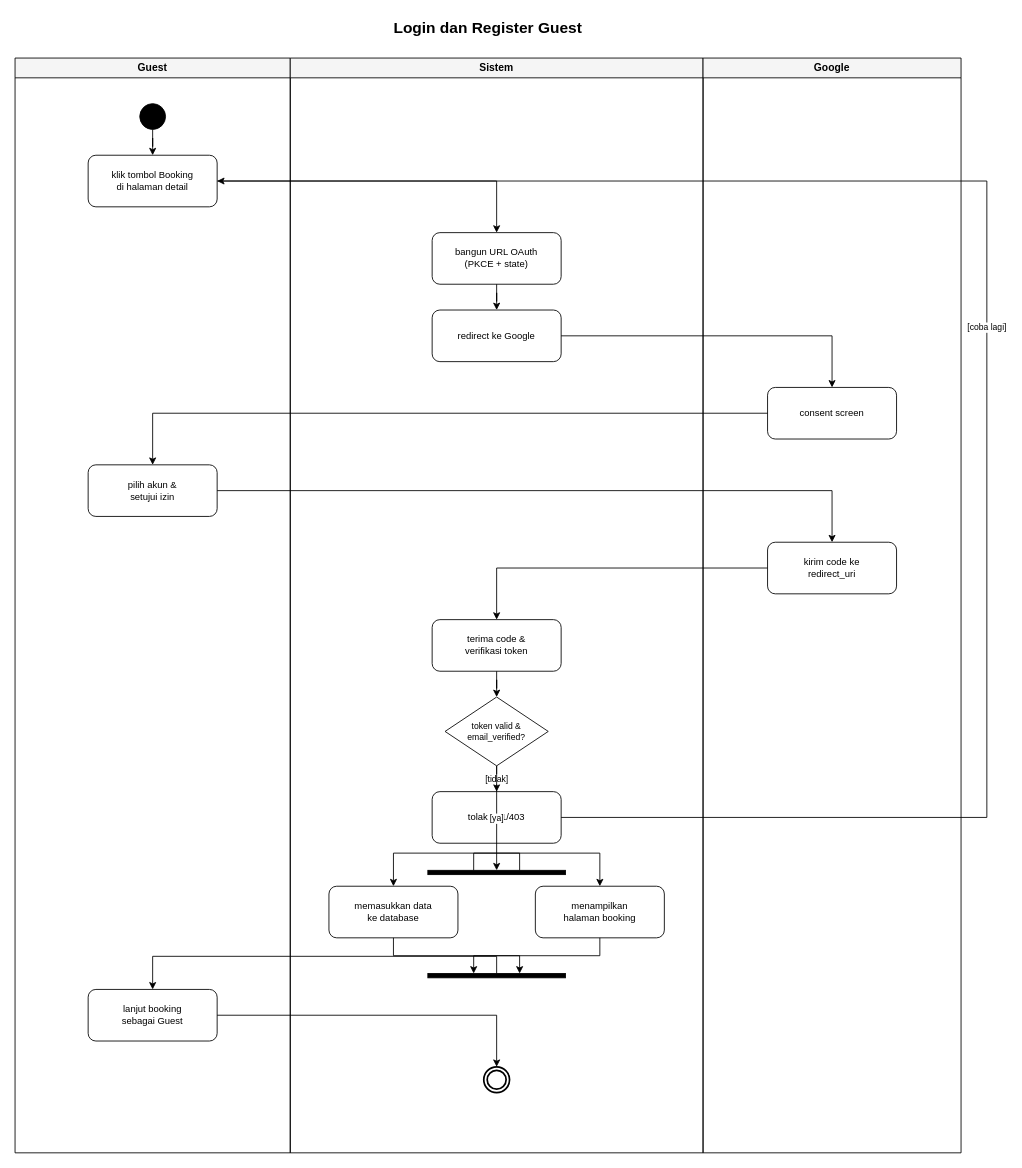
nfl-alvis/NgeKos keeps this draw.io diagram as page "2. Autentikasi Guest (Register & Login)" (2 of 11) of docs/diagram/Activity-Ngekost.drawio. Above is the earlier version. Source tidied: cells renumbered, new cells numbered last; positions are measured from the earlier drawing's top-left corner, leaving out a move shared by most shapes. Both pictures are drawn from the tidied source at 86%, with x=0, y=0 at pixel (15, 15).
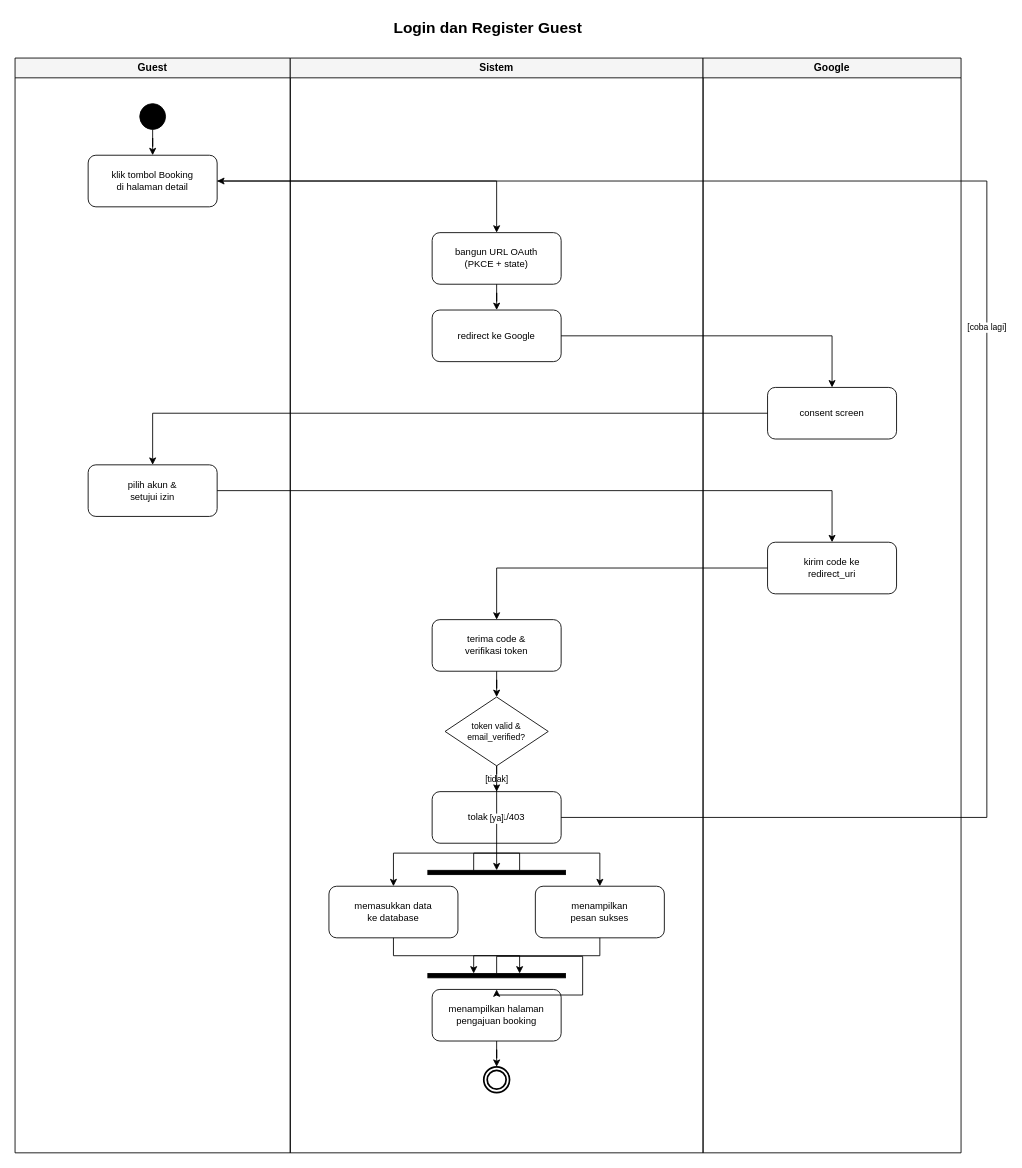
After the change.

Commit message (it also covers changes not shown here):
fix(diagram): patuhi pola referensi — semua jalur berakhir lewat aksi 'menampilkan …' di lane Sistem sebelum final node

The change refers to these unchanged cells:
```xml
<mxCell id="3" value="Guest" style="swimlane;whiteSpace=wrap;html=1;startSize=23;horizontal=1;fontStyle=1;fontSize=12;fillColor=#f5f5f5;strokeColor=#000000;" parent="1" vertex="1">
  <mxGeometry y="50" width="320" height="1273" as="geometry" />
</mxCell>
<mxCell id="4" value="Sistem" style="swimlane;whiteSpace=wrap;html=1;startSize=23;horizontal=1;fontStyle=1;fontSize=12;fillColor=#f5f5f5;strokeColor=#000000;" parent="1" vertex="1">
  <mxGeometry x="320" y="50" width="480" height="1273" as="geometry" />
</mxCell>
<mxCell id="19" style="html=1;points=[];perimeter=orthogonalPerimeter;fillColor=#000000;strokeColor=#000000;rotation=90;" parent="4" vertex="1">
  <mxGeometry x="237.5" y="987" width="5" height="160" as="geometry" />
</mxCell>
<mxCell id="21" style="ellipse;html=1;shape=endState;fillColor=#FFFFFF;strokeColor=#000000;strokeWidth=2;" parent="4" vertex="1">
  <mxGeometry x="225" y="1173" width="30" height="30" as="geometry" />
</mxCell>
```

What changed in the source:
```diff
@@
-    <mxCell id="18" value="menampilkan&#10;halaman booking" style="rounded=1;whiteSpace=wrap;html=1;fillColor=#FFFFFF;strokeColor=#000000;fontSize=11;" parent="4" vertex="1">
+    <mxCell id="18" value="menampilkan&#10;pesan sukses" style="rounded=1;whiteSpace=wrap;html=1;fillColor=#FFFFFF;strokeColor=#000000;fontSize=11;" parent="4" vertex="1">
       <mxGeometry x="285" y="963" width="150" height="60" as="geometry" />
     </mxCell>
@@
-    <mxCell id="20" value="lanjut booking&#10;sebagai Guest" style="rounded=1;whiteSpace=wrap;html=1;fillColor=#FFFFFF;strokeColor=#000000;fontSize=11;" parent="3" vertex="1">
-      <mxGeometry x="85" y="1083" width="150" height="60" as="geometry" />
+    <mxCell id="20" value="menampilkan halaman&#10;pengajuan booking" style="rounded=1;whiteSpace=wrap;html=1;fillColor=#FFFFFF;strokeColor=#000000;fontSize=11;" parent="4" vertex="1">
+      <mxGeometry x="165" y="1083" width="150" height="60" as="geometry" />
     </mxCell>
@@
-    <mxCell id="37" style="edgeStyle=orthogonalEdgeStyle;rounded=0;jettySize=auto;html=1;strokeColor=#000000;fontSize=10;exitX=0;exitY=0.500;exitDx=0;exitDy=0;exitPerimeter=0;" parent="1" edge="1" source="19" target="20">
+    <mxCell id="37" style="edgeStyle=orthogonalEdgeStyle;rounded=0;jettySize=auto;html=1;strokeColor=#000000;fontSize=10;exitX=0;exitY=0.500;exitDx=0;exitDy=0;exitPerimeter=0;" parent="4" edge="1" source="19" target="20">
       <mxGeometry relative="1" as="geometry" />
     </mxCell>
-    <mxCell id="38" style="edgeStyle=orthogonalEdgeStyle;rounded=0;jettySize=auto;html=1;strokeColor=#000000;fontSize=10;" parent="1" edge="1" source="20" target="21">
+    <mxCell id="38" style="edgeStyle=orthogonalEdgeStyle;rounded=0;jettySize=auto;html=1;strokeColor=#000000;fontSize=10;" parent="4" edge="1" source="20" target="21">
       <mxGeometry relative="1" as="geometry" />
     </mxCell>
```
